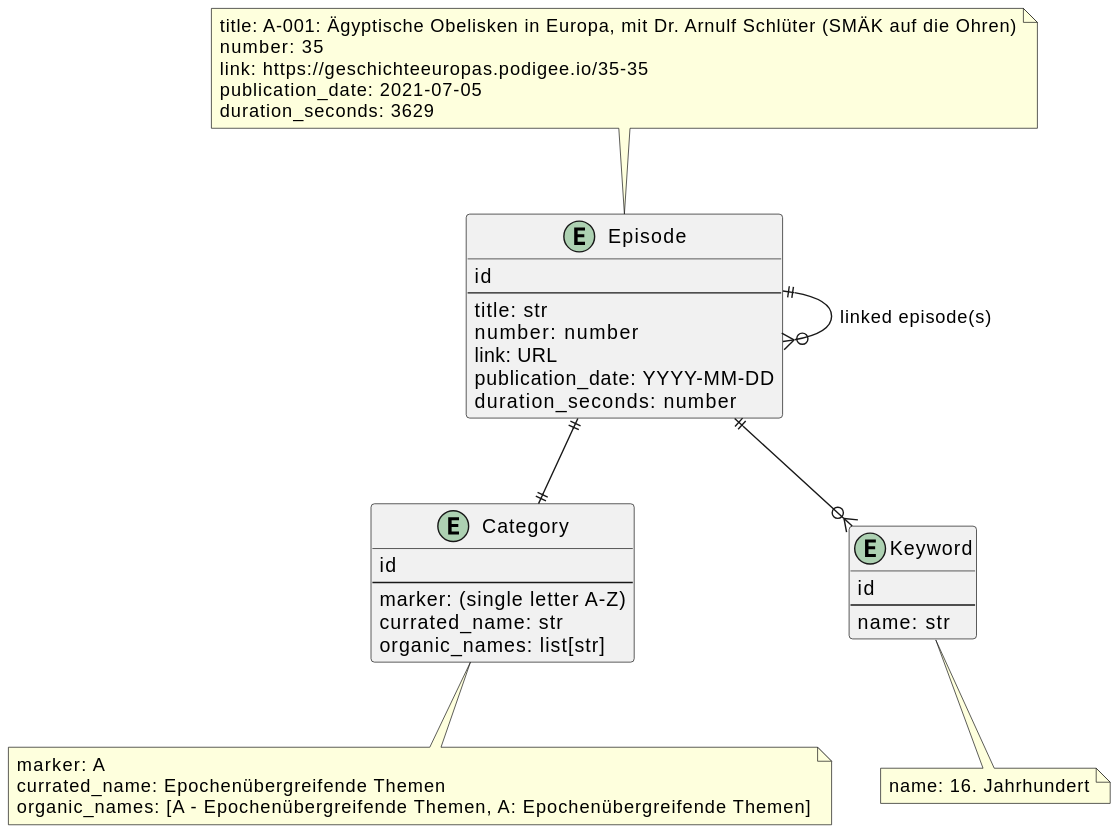
Above: doc/db-erd.svg in michaelrath-work/geschichte-eur0pas-podcast (PlantUML), before the change.
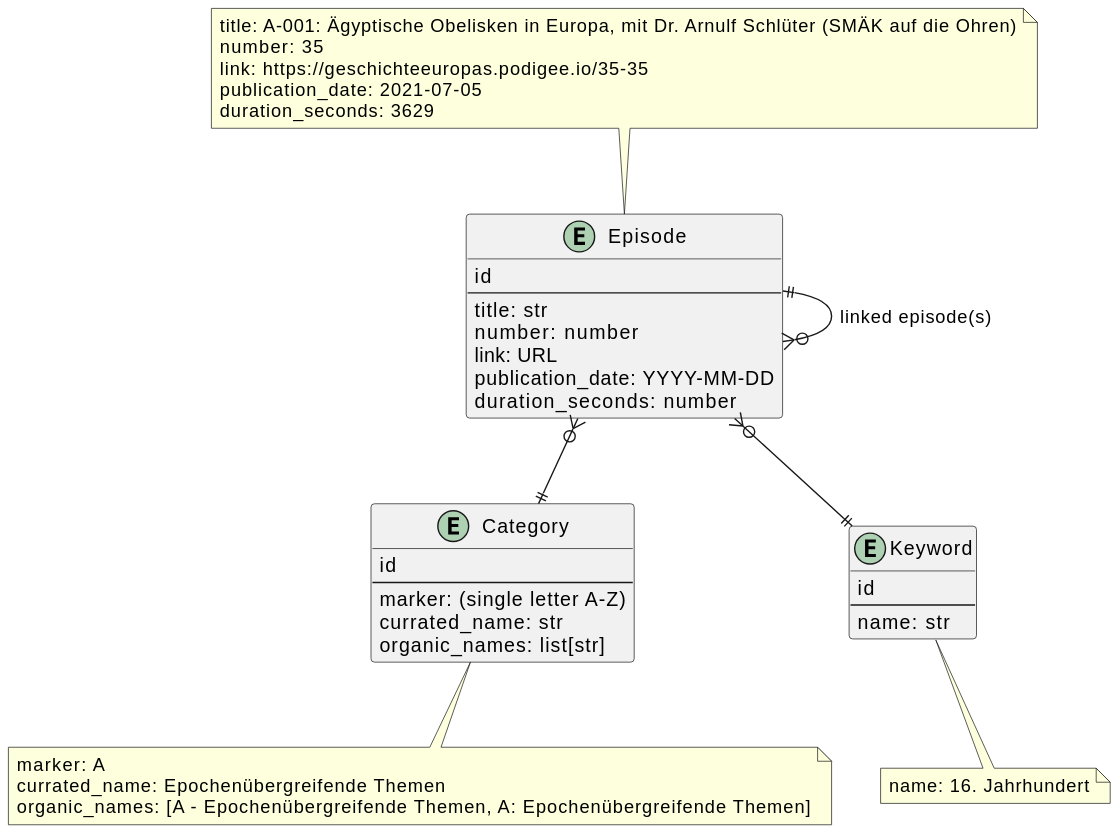
After the change.

Change to the diagram source:
```diff
@@ -42,7 +42,7 @@
 }
 
 
-episodeEntity ||--|| categoryEntity
-episodeEntity ||--o{ keywordEntity
+episodeEntity }o--|| categoryEntity
+episodeEntity }o--|| keywordEntity
 episodeEntity ||--o{ episodeEntity: linked episode(s)
 @enduml
```
